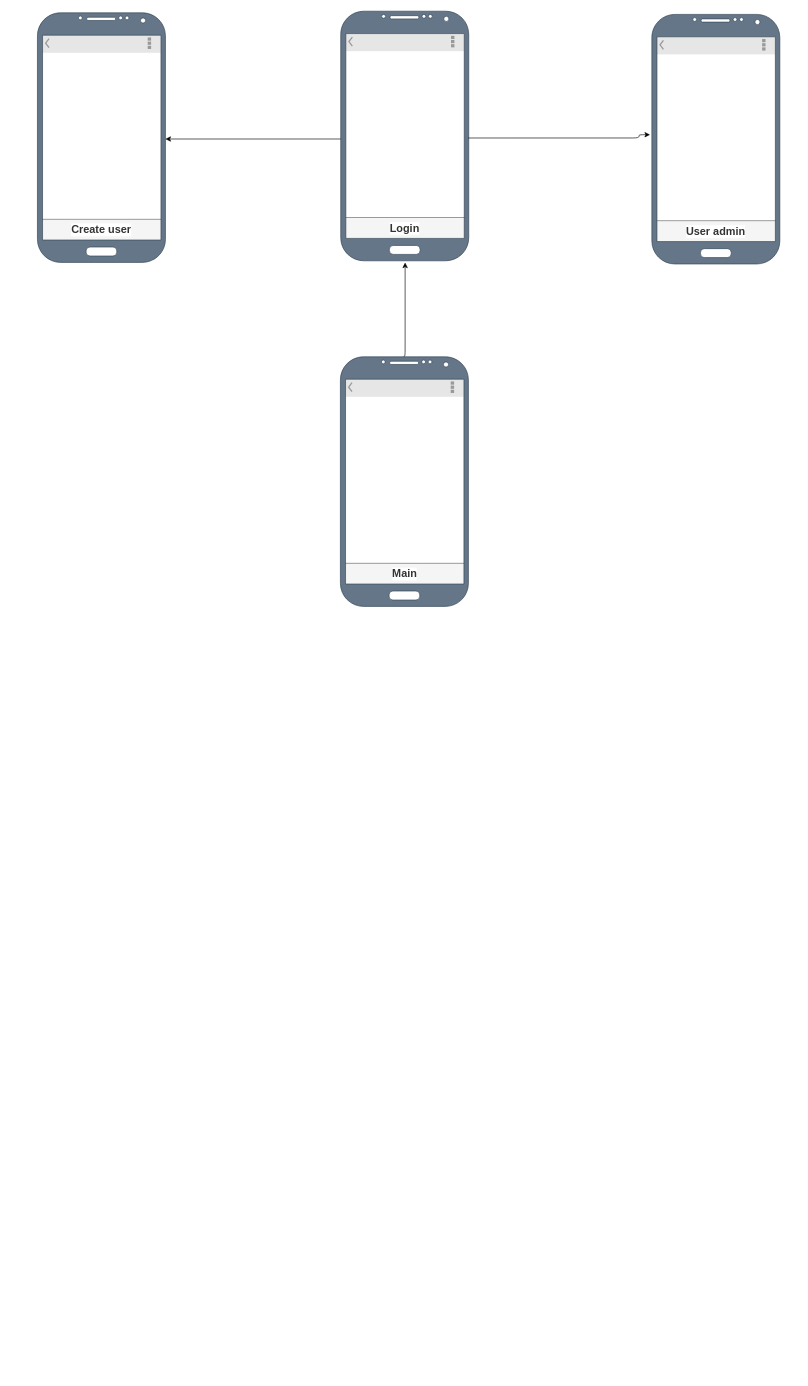
PedroHenriqueDevBR/Good-Looking keeps this draw.io diagram as page "screens" (2 of 2) of planning/files/goodlook-models.drawio. Above is the earlier version. Source tidied: cells renumbered, new cells numbered last; positions are measured from the earlier drawing's top-left corner, leaving out a move shared by most shapes. Both pictures are drawn from the tidied source at 64%, with x=0, y=0 at pixel (37, 11).
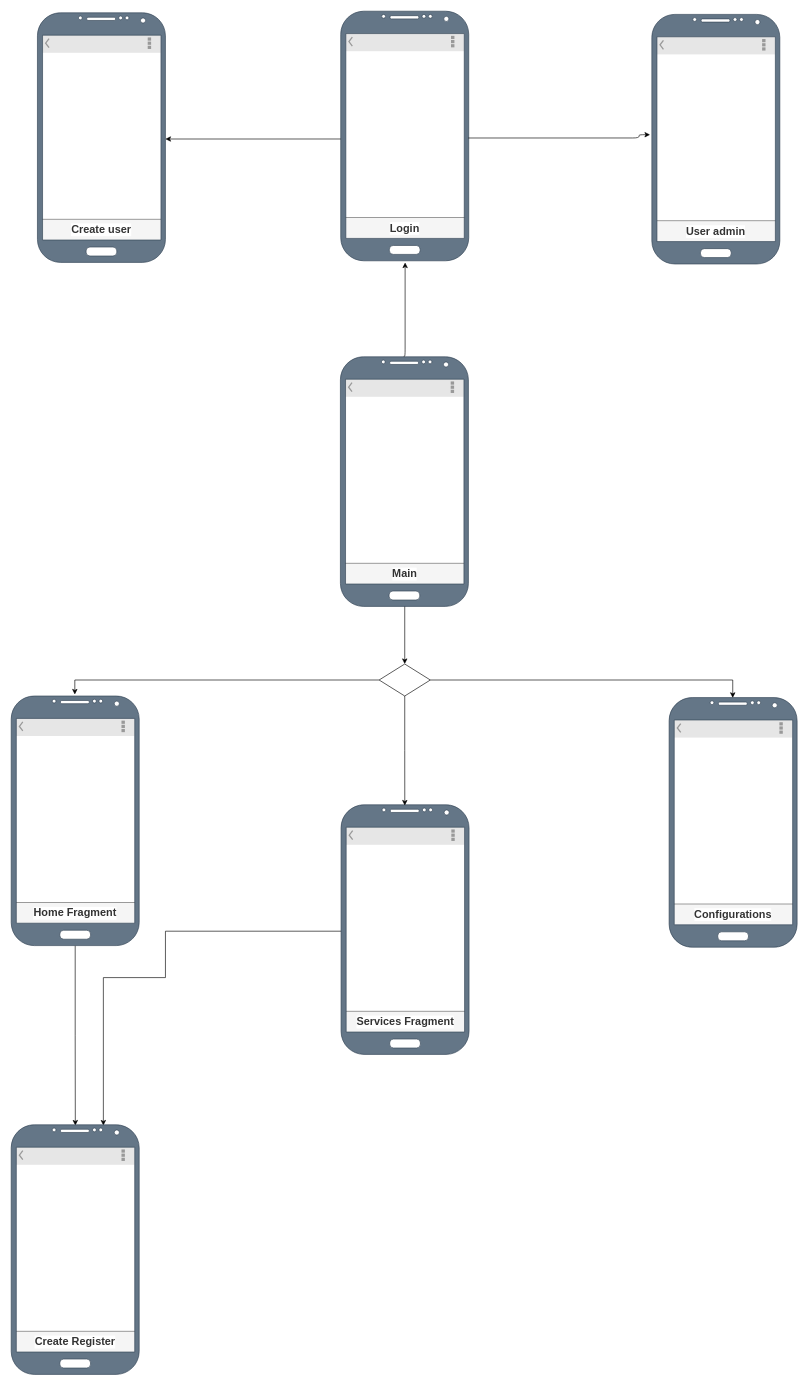
Above is the later version.

The change refers to these unchanged cells:
```xml
<mxCell id="2" style="rounded=0;whiteSpace=wrap;html=1;shadow=0;glass=0;comic=0;gradientDirection=north;" parent="1" vertex="1">
  <mxGeometry x="478.9" y="572.5" width="190" height="330" as="geometry" />
</mxCell>
```

The edit, as a diff of the source:
```diff
@@
+    <mxCell id="21" style="edgeStyle=orthogonalEdgeStyle;rounded=0;jettySize=auto;html=1;entryX=0.5;entryY=0;entryDx=0;entryDy=0;" parent="1" edge="1" source="2" target="39">
+      <mxGeometry relative="1" as="geometry" />
+    </mxCell>
@@
+    <mxCell id="22" style="rounded=0;whiteSpace=wrap;html=1;shadow=0;glass=0;comic=0;gradientDirection=north;" parent="1" vertex="1">
+      <mxGeometry x="-35.5" y="1102.5" width="190" height="330" as="geometry" />
+    </mxCell>
+    <mxCell id="23" style="strokeWidth=1;html=1;shadow=0;dashed=0;shape=mxgraph.android.action_bar;fillColor=#E6E6E6;strokeColor=#c0c0c0;strokeWidth=2;rounded=0;glass=0;comic=0;labelBackgroundColor=#FFFF33;fontSize=17;" parent="1" vertex="1">
+      <mxGeometry x="-33.5" y="1102.5" width="185" height="30" as="geometry" />
+    </mxCell>
+    <mxCell id="24" value="Home Fragment" style="text;align=center;verticalAlign=top;rounded=0;shadow=0;comic=0;glass=0;fillColor=#f5f5f5;strokeColor=#666666;fontColor=#333333;fontStyle=1;labelBackgroundColor=#ffffff;labelBorderColor=none;whiteSpace=wrap;html=1;fontSize=17;" parent="1" vertex="1">
+      <mxGeometry x="-35.7" y="1392.5" width="190" height="40" as="geometry" />
+    </mxCell>
+    <mxCell id="25" style="edgeStyle=orthogonalEdgeStyle;rounded=0;jettySize=auto;html=1;entryX=0.501;entryY=0.003;entryDx=0;entryDy=0;entryPerimeter=0;" parent="1" edge="1" source="26" target="43">
+      <mxGeometry relative="1" as="geometry" />
+    </mxCell>
+    <mxCell id="26" style="verticalLabelPosition=bottom;verticalAlign=top;html=1;shadow=0;dashed=0;strokeWidth=1;shape=mxgraph.android.phone2;rounded=1;comic=0;fillColor=#647687;strokeColor=#314354;fontColor=#ffffff;" parent="1" vertex="1">
+      <mxGeometry x="-41" y="1070" width="200" height="390" as="geometry" />
+    </mxCell>
+    <mxCell id="27" style="edgeStyle=orthogonalEdgeStyle;rounded=0;jettySize=auto;html=1;entryX=0.72;entryY=0.003;entryDx=0;entryDy=0;entryPerimeter=0;" parent="1" edge="1" source="28" target="43">
+      <mxGeometry relative="1" as="geometry">
+        <Array as="points">
+          <mxPoint x="200" y="1438" />
+          <mxPoint x="200" y="1510" />
+          <mxPoint x="103" y="1510" />
+        </Array>
+      </mxGeometry>
+    </mxCell>
+    <mxCell id="28" style="rounded=0;whiteSpace=wrap;html=1;shadow=0;glass=0;comic=0;gradientDirection=north;" parent="1" vertex="1">
+      <mxGeometry x="479.9" y="1272.5" width="190" height="330" as="geometry" />
+    </mxCell>
+    <mxCell id="29" style="strokeWidth=1;html=1;shadow=0;dashed=0;shape=mxgraph.android.action_bar;fillColor=#E6E6E6;strokeColor=#c0c0c0;strokeWidth=2;rounded=0;glass=0;comic=0;labelBackgroundColor=#FFFF33;fontSize=17;" parent="1" vertex="1">
+      <mxGeometry x="481.9" y="1272.5" width="185" height="30" as="geometry" />
+    </mxCell>
+    <mxCell id="30" value="Services Fragment" style="text;align=center;verticalAlign=top;rounded=0;shadow=0;comic=0;glass=0;fillColor=#f5f5f5;strokeColor=#666666;fontColor=#333333;fontStyle=1;labelBackgroundColor=#ffffff;labelBorderColor=none;whiteSpace=wrap;html=1;fontSize=17;" parent="1" vertex="1">
+      <mxGeometry x="479.7" y="1562.5" width="190" height="40" as="geometry" />
+    </mxCell>
+    <mxCell id="31" style="verticalLabelPosition=bottom;verticalAlign=top;html=1;shadow=0;dashed=0;strokeWidth=1;shape=mxgraph.android.phone2;rounded=1;comic=0;fillColor=#647687;strokeColor=#314354;fontColor=#ffffff;" parent="1" vertex="1">
+      <mxGeometry x="474.4" y="1240" width="200" height="390" as="geometry" />
+    </mxCell>
+    <mxCell id="32" style="rounded=0;whiteSpace=wrap;html=1;shadow=0;glass=0;comic=0;gradientDirection=north;" parent="1" vertex="1">
+      <mxGeometry x="992.5" y="1105" width="190" height="330" as="geometry" />
+    </mxCell>
+    <mxCell id="33" style="strokeWidth=1;html=1;shadow=0;dashed=0;shape=mxgraph.android.action_bar;fillColor=#E6E6E6;strokeColor=#c0c0c0;strokeWidth=2;rounded=0;glass=0;comic=0;labelBackgroundColor=#FFFF33;fontSize=17;" parent="1" vertex="1">
+      <mxGeometry x="994.5" y="1105" width="185" height="30" as="geometry" />
+    </mxCell>
+    <mxCell id="34" value="Configurations" style="text;align=center;verticalAlign=top;rounded=0;shadow=0;comic=0;glass=0;fillColor=#f5f5f5;strokeColor=#666666;fontColor=#333333;fontStyle=1;labelBackgroundColor=#ffffff;labelBorderColor=none;whiteSpace=wrap;html=1;fontSize=17;" parent="1" vertex="1">
+      <mxGeometry x="992.3" y="1395" width="190" height="40" as="geometry" />
+    </mxCell>
+    <mxCell id="35" style="verticalLabelPosition=bottom;verticalAlign=top;html=1;shadow=0;dashed=0;strokeWidth=1;shape=mxgraph.android.phone2;rounded=1;comic=0;fillColor=#647687;strokeColor=#314354;fontColor=#ffffff;" parent="1" vertex="1">
+      <mxGeometry x="987" y="1072.5" width="200" height="390" as="geometry" />
+    </mxCell>
+    <mxCell id="36" style="edgeStyle=orthogonalEdgeStyle;rounded=0;jettySize=auto;html=1;entryX=0.497;entryY=-0.006;entryDx=0;entryDy=0;entryPerimeter=0;" parent="1" edge="1" source="39" target="26">
+      <mxGeometry relative="1" as="geometry">
+        <Array as="points">
+          <mxPoint x="58" y="1045" />
+        </Array>
+      </mxGeometry>
+    </mxCell>
+    <mxCell id="37" style="edgeStyle=orthogonalEdgeStyle;rounded=0;jettySize=auto;html=1;entryX=0.497;entryY=0.001;entryDx=0;entryDy=0;entryPerimeter=0;" parent="1" edge="1" source="39" target="35">
+      <mxGeometry relative="1" as="geometry" />
+    </mxCell>
+    <mxCell id="38" style="edgeStyle=orthogonalEdgeStyle;rounded=0;jettySize=auto;html=1;entryX=0.498;entryY=0.003;entryDx=0;entryDy=0;entryPerimeter=0;" parent="1" edge="1" source="39" target="31">
+      <mxGeometry relative="1" as="geometry" />
+    </mxCell>
+    <mxCell id="39" style="rhombus;whiteSpace=wrap;html=1;" parent="1" vertex="1">
+      <mxGeometry x="533.9" y="1020" width="80" height="50" as="geometry" />
+    </mxCell>
+    <mxCell id="40" style="rounded=0;whiteSpace=wrap;html=1;shadow=0;glass=0;comic=0;gradientDirection=north;" parent="1" vertex="1">
+      <mxGeometry x="-35.5" y="1772.5" width="190" height="330" as="geometry" />
+    </mxCell>
+    <mxCell id="41" style="strokeWidth=1;html=1;shadow=0;dashed=0;shape=mxgraph.android.action_bar;fillColor=#E6E6E6;strokeColor=#c0c0c0;strokeWidth=2;rounded=0;glass=0;comic=0;labelBackgroundColor=#FFFF33;fontSize=17;" parent="1" vertex="1">
+      <mxGeometry x="-33.5" y="1772.5" width="185" height="30" as="geometry" />
+    </mxCell>
+    <mxCell id="42" value="Create Register" style="text;align=center;verticalAlign=top;rounded=0;shadow=0;comic=0;glass=0;fillColor=#f5f5f5;strokeColor=#666666;fontColor=#333333;fontStyle=1;labelBackgroundColor=#ffffff;labelBorderColor=none;whiteSpace=wrap;html=1;fontSize=17;" parent="1" vertex="1">
+      <mxGeometry x="-35.7" y="2062.5" width="190" height="40" as="geometry" />
+    </mxCell>
+    <mxCell id="43" style="verticalLabelPosition=bottom;verticalAlign=top;html=1;shadow=0;dashed=0;strokeWidth=1;shape=mxgraph.android.phone2;rounded=1;comic=0;fillColor=#647687;strokeColor=#314354;fontColor=#ffffff;" parent="1" vertex="1">
+      <mxGeometry x="-41" y="1740" width="200" height="390" as="geometry" />
+    </mxCell>
```
